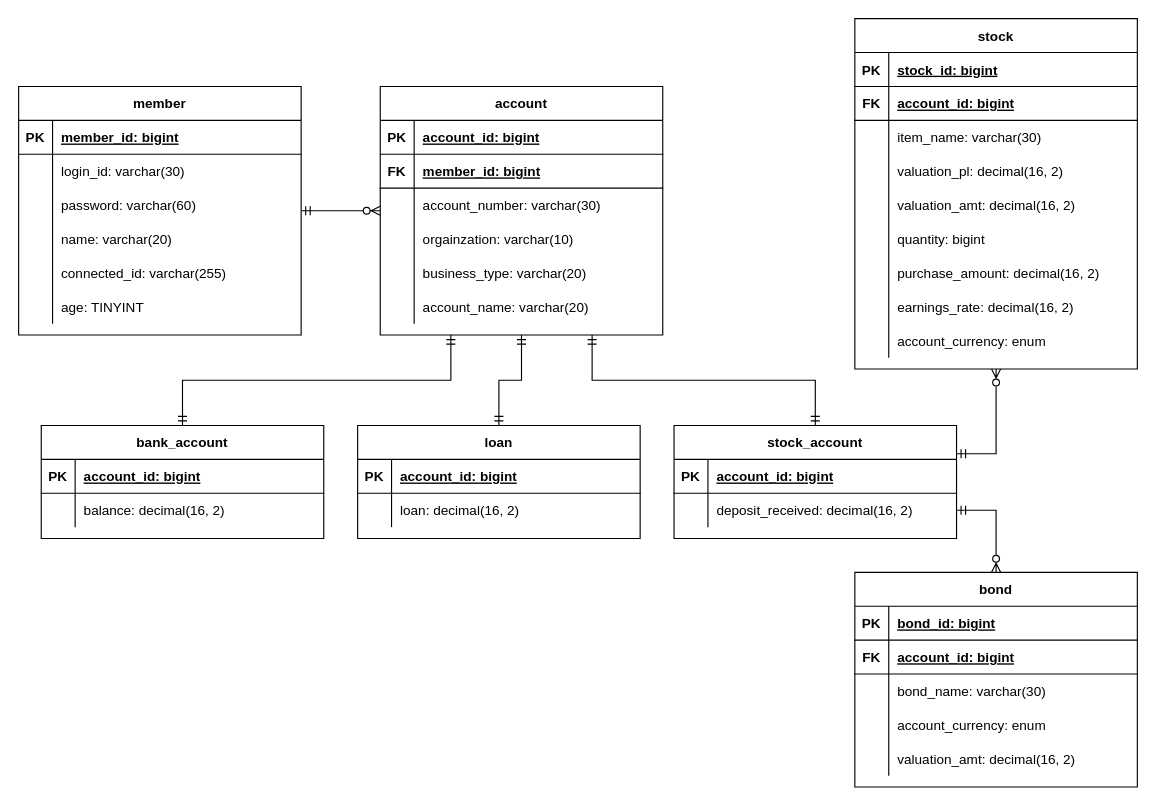
GunwooJo/AssetManagement keeps this draw.io diagram as ER다이어그램(자산관리앱).drawio. Above is the earlier version. Source tidied: cells renumbered, new cells numbered last; positions are measured from the earlier drawing's top-left corner, leaving out a move shared by most shapes. Both pictures are drawn from the tidied source at 113%, with x=0, y=0 at pixel (18, 18).
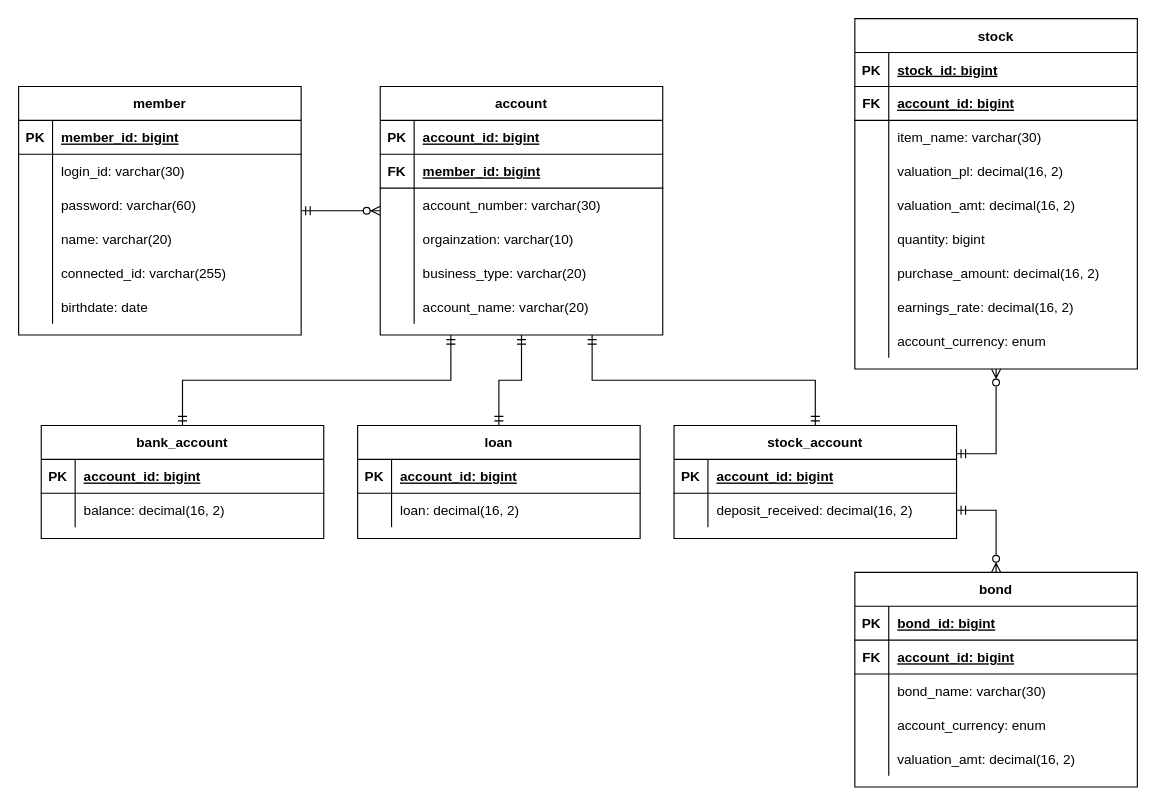
The same diagram, later.

Commit message:
member 테이블의 컬럼 수정: age -> birthdate

The change refers to these unchanged cells:
```xml
<mxCell id="18" style="shape=partialRectangle;fillColor=none;top=0;left=0;right=0;bottom=0;" parent="2" vertex="1">
  <mxGeometry y="180" width="250" height="30" as="geometry" />
</mxCell>
```

Diff of the diagram source:
```diff
@@
-    <mxCell id="20" value="age: TINYINT" style="shape=partialRectangle;overflow=hidden;fillColor=none;top=0;left=0;bottom=0;right=0;align=left;spacingLeft=6;" parent="18" vertex="1">
+    <mxCell id="20" value="birthdate: date" style="shape=partialRectangle;overflow=hidden;fillColor=none;top=0;left=0;bottom=0;right=0;align=left;spacingLeft=6;" parent="18" vertex="1">
       <mxGeometry x="30" width="220" height="30" as="geometry" />
     </mxCell>
```
